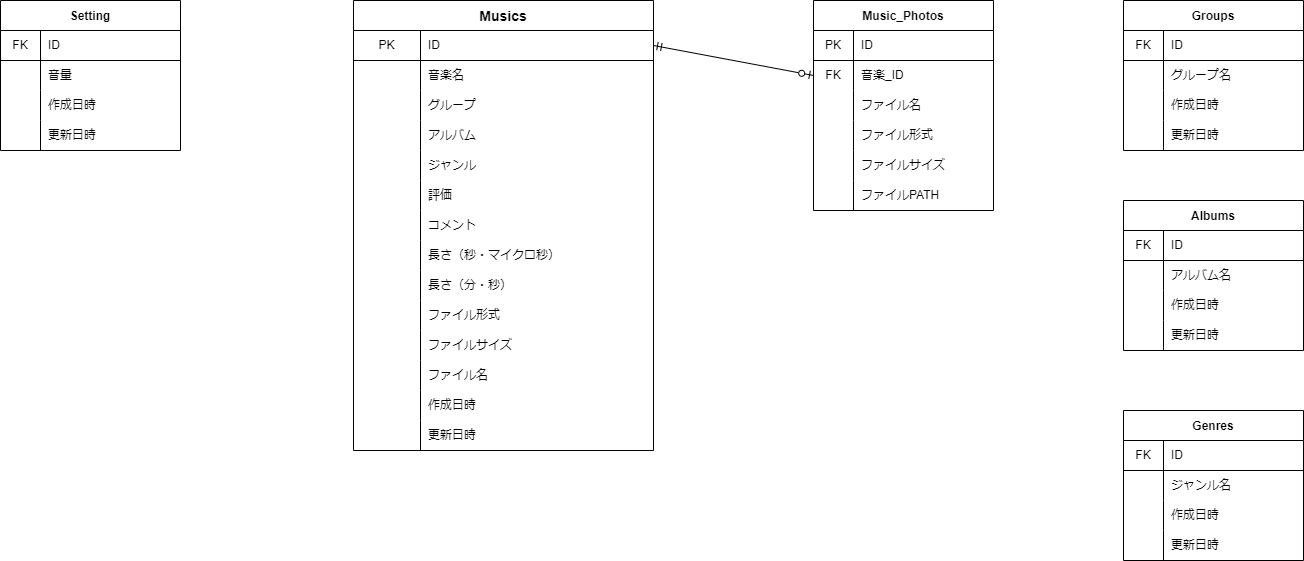
The draw.io diagram er.drawio.png in monomonosu/SoundHornet-React, before a commit. Source tidied: cells renumbered, new cells last; positions are measured from the earlier drawing's top-left corner, leaving out a move shared by most shapes.
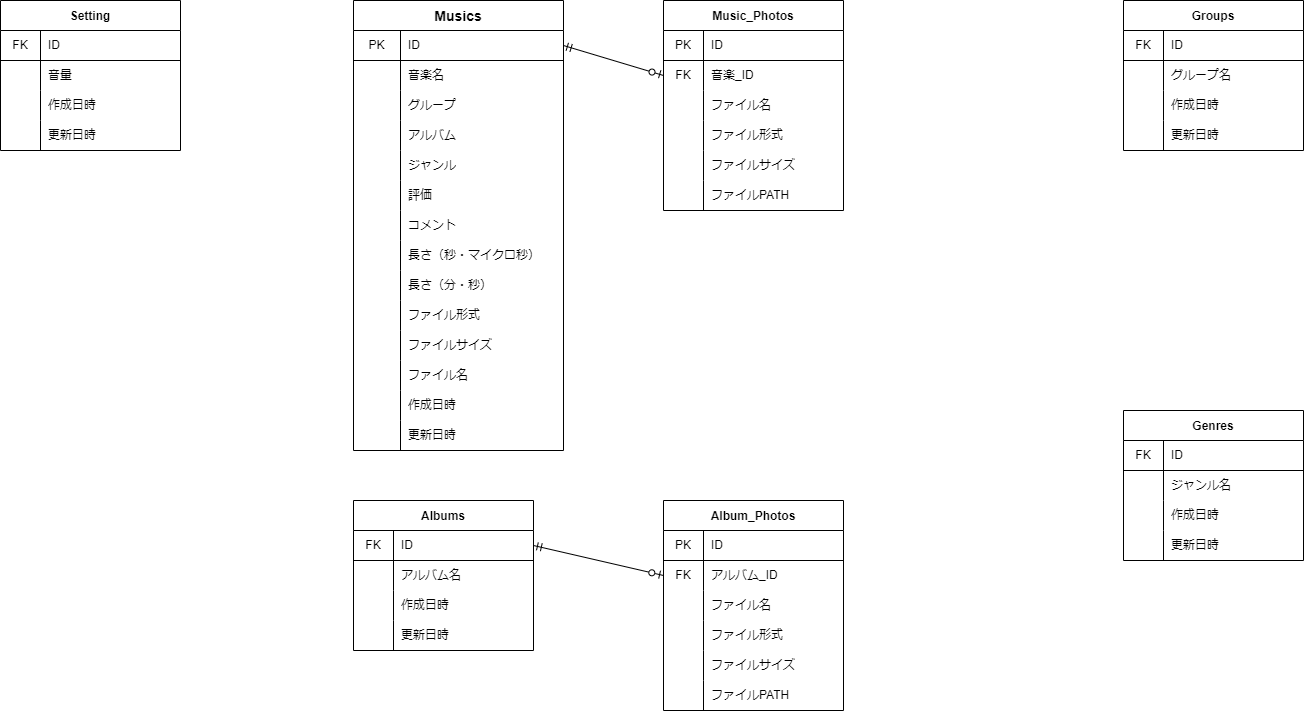
After the commit.

Commit message:
Album_Photosテーブル作成。seeder,API作成。

What changed in the source:
```diff
@@ -3,133 +3,133 @@
     <mxCell id="0" />
     <mxCell id="1" parent="0" />
     <mxCell id="2" value="Musics" style="shape=table;startSize=30;rowLines=0;fontStyle=1;align=center;fontSize=14;" parent="1" vertex="1">
-      <mxGeometry x="353" width="300" height="450" as="geometry" />
+      <mxGeometry x="353" width="210" height="450" as="geometry" />
     </mxCell>
     <mxCell id="3" style="shape=partialRectangle;html=1;whiteSpace=wrap;fillColor=none;top=0;left=0;bottom=1;right=0;points=[[0,0.5],[1,0.5]];portConstraint=eastwest;" parent="2" vertex="1">
-      <mxGeometry y="30" width="300" height="30" as="geometry" />
+      <mxGeometry y="30" width="210" height="30" as="geometry" />
     </mxCell>
     <mxCell id="4" value="PK" style="shape=partialRectangle;html=1;whiteSpace=wrap;fillColor=none;top=0;left=0;bottom=0;right=0;overflow=hidden;" parent="3" vertex="1">
-      <mxGeometry width="67" height="30" as="geometry" />
+      <mxGeometry width="47" height="30" as="geometry" />
     </mxCell>
     <mxCell id="5" value="ID" style="shape=partialRectangle;html=1;whiteSpace=wrap;fillColor=none;top=0;left=0;bottom=0;right=0;align=left;spacingLeft=6;overflow=hidden;" parent="3" vertex="1">
-      <mxGeometry x="67" width="233" height="30" as="geometry" />
+      <mxGeometry x="47" width="163" height="30" as="geometry" />
     </mxCell>
     <mxCell id="6" style="shape=partialRectangle;html=1;whiteSpace=wrap;fillColor=none;top=0;left=0;bottom=0;right=0;" parent="2" vertex="1">
-      <mxGeometry y="60" width="300" height="30" as="geometry" />
+      <mxGeometry y="60" width="210" height="30" as="geometry" />
     </mxCell>
     <mxCell id="7" style="shape=partialRectangle;html=1;whiteSpace=wrap;fillColor=none;top=0;left=0;bottom=0;right=0;overflow=hidden;" parent="6" vertex="1">
-      <mxGeometry width="67" height="30" as="geometry" />
+      <mxGeometry width="47" height="30" as="geometry" />
     </mxCell>
     <mxCell id="8" value="&lt;font style=&quot;font-size: 12px&quot;&gt;音楽名&lt;/font&gt;" style="shape=partialRectangle;html=1;whiteSpace=wrap;fillColor=none;top=0;left=0;bottom=0;right=0;align=left;spacingLeft=6;overflow=hidden;" parent="6" vertex="1">
-      <mxGeometry x="67" width="233" height="30" as="geometry" />
+      <mxGeometry x="47" width="163" height="30" as="geometry" />
     </mxCell>
     <mxCell id="9" style="shape=partialRectangle;html=1;whiteSpace=wrap;fillColor=none;top=0;left=0;bottom=0;right=0;" parent="2" vertex="1">
-      <mxGeometry y="90" width="300" height="30" as="geometry" />
+      <mxGeometry y="90" width="210" height="30" as="geometry" />
     </mxCell>
     <mxCell id="10" style="shape=partialRectangle;html=1;whiteSpace=wrap;fillColor=none;top=0;left=0;bottom=0;right=0;overflow=hidden;" parent="9" vertex="1">
-      <mxGeometry width="67" height="30" as="geometry" />
+      <mxGeometry width="47" height="30" as="geometry" />
     </mxCell>
     <mxCell id="11" value="グループ" style="shape=partialRectangle;html=1;whiteSpace=wrap;fillColor=none;top=0;left=0;bottom=0;right=0;align=left;spacingLeft=6;overflow=hidden;" parent="9" vertex="1">
-      <mxGeometry x="67" width="233" height="30" as="geometry" />
+      <mxGeometry x="47" width="163" height="30" as="geometry" />
     </mxCell>
     <mxCell id="12" style="shape=partialRectangle;html=1;whiteSpace=wrap;fillColor=none;top=0;left=0;bottom=0;right=0;" parent="2" vertex="1">
-      <mxGeometry y="120" width="300" height="30" as="geometry" />
+      <mxGeometry y="120" width="210" height="30" as="geometry" />
     </mxCell>
     <mxCell id="13" style="shape=partialRectangle;html=1;whiteSpace=wrap;fillColor=none;top=0;left=0;bottom=0;right=0;overflow=hidden;" parent="12" vertex="1">
-      <mxGeometry width="67" height="30" as="geometry" />
+      <mxGeometry width="47" height="30" as="geometry" />
     </mxCell>
     <mxCell id="14" value="アルバム" style="shape=partialRectangle;html=1;whiteSpace=wrap;fillColor=none;top=0;left=0;bottom=0;right=0;align=left;spacingLeft=6;overflow=hidden;" parent="12" vertex="1">
-      <mxGeometry x="67" width="233" height="30" as="geometry" />
+      <mxGeometry x="47" width="163" height="30" as="geometry" />
     </mxCell>
     <mxCell id="15" style="shape=partialRectangle;html=1;whiteSpace=wrap;fillColor=none;top=0;left=0;bottom=0;right=0;" parent="2" vertex="1">
-      <mxGeometry y="150" width="300" height="30" as="geometry" />
+      <mxGeometry y="150" width="210" height="30" as="geometry" />
     </mxCell>
     <mxCell id="16" style="shape=partialRectangle;html=1;whiteSpace=wrap;fillColor=none;top=0;left=0;bottom=0;right=0;overflow=hidden;" parent="15" vertex="1">
-      <mxGeometry width="67" height="30" as="geometry" />
+      <mxGeometry width="47" height="30" as="geometry" />
     </mxCell>
     <mxCell id="17" value="ジャンル" style="shape=partialRectangle;html=1;whiteSpace=wrap;fillColor=none;top=0;left=0;bottom=0;right=0;align=left;spacingLeft=6;overflow=hidden;" parent="15" vertex="1">
-      <mxGeometry x="67" width="233" height="30" as="geometry" />
+      <mxGeometry x="47" width="163" height="30" as="geometry" />
     </mxCell>
     <mxCell id="18" style="shape=partialRectangle;html=1;whiteSpace=wrap;fillColor=none;top=0;left=0;bottom=0;right=0;" parent="2" vertex="1">
-      <mxGeometry y="180" width="300" height="30" as="geometry" />
+      <mxGeometry y="180" width="210" height="30" as="geometry" />
     </mxCell>
     <mxCell id="19" style="shape=partialRectangle;html=1;whiteSpace=wrap;fillColor=none;top=0;left=0;bottom=0;right=0;overflow=hidden;" parent="18" vertex="1">
-      <mxGeometry width="67" height="30" as="geometry" />
+      <mxGeometry width="47" height="30" as="geometry" />
     </mxCell>
     <mxCell id="20" value="評価" style="shape=partialRectangle;html=1;whiteSpace=wrap;fillColor=none;top=0;left=0;bottom=0;right=0;align=left;spacingLeft=6;overflow=hidden;" parent="18" vertex="1">
-      <mxGeometry x="67" width="233" height="30" as="geometry" />
+      <mxGeometry x="47" width="163" height="30" as="geometry" />
     </mxCell>
     <mxCell id="21" style="shape=partialRectangle;html=1;whiteSpace=wrap;fillColor=none;top=0;left=0;bottom=0;right=0;" parent="2" vertex="1">
-      <mxGeometry y="210" width="300" height="30" as="geometry" />
+      <mxGeometry y="210" width="210" height="30" as="geometry" />
     </mxCell>
     <mxCell id="22" style="shape=partialRectangle;html=1;whiteSpace=wrap;fillColor=none;top=0;left=0;bottom=0;right=0;overflow=hidden;" parent="21" vertex="1">
-      <mxGeometry width="67" height="30" as="geometry" />
+      <mxGeometry width="47" height="30" as="geometry" />
     </mxCell>
     <mxCell id="23" value="コメント" style="shape=partialRectangle;html=1;whiteSpace=wrap;fillColor=none;top=0;left=0;bottom=0;right=0;align=left;spacingLeft=6;overflow=hidden;" parent="21" vertex="1">
-      <mxGeometry x="67" width="233" height="30" as="geometry" />
+      <mxGeometry x="47" width="163" height="30" as="geometry" />
     </mxCell>
     <mxCell id="24" style="shape=partialRectangle;html=1;whiteSpace=wrap;fillColor=none;top=0;left=0;bottom=0;right=0;" parent="2" vertex="1">
-      <mxGeometry y="240" width="300" height="30" as="geometry" />
+      <mxGeometry y="240" width="210" height="30" as="geometry" />
     </mxCell>
     <mxCell id="25" style="shape=partialRectangle;html=1;whiteSpace=wrap;fillColor=none;top=0;left=0;bottom=0;right=0;overflow=hidden;" parent="24" vertex="1">
-      <mxGeometry width="67" height="30" as="geometry" />
+      <mxGeometry width="47" height="30" as="geometry" />
     </mxCell>
     <mxCell id="26" value="長さ（秒・マイクロ秒）" style="shape=partialRectangle;html=1;whiteSpace=wrap;fillColor=none;top=0;left=0;bottom=0;right=0;align=left;spacingLeft=6;overflow=hidden;" parent="24" vertex="1">
-      <mxGeometry x="67" width="233" height="30" as="geometry" />
+      <mxGeometry x="47" width="163" height="30" as="geometry" />
     </mxCell>
     <mxCell id="27" style="shape=partialRectangle;html=1;whiteSpace=wrap;fillColor=none;top=0;left=0;bottom=0;right=0;" parent="2" vertex="1">
-      <mxGeometry y="270" width="300" height="30" as="geometry" />
+      <mxGeometry y="270" width="210" height="30" as="geometry" />
     </mxCell>
     <mxCell id="28" style="shape=partialRectangle;html=1;whiteSpace=wrap;fillColor=none;top=0;left=0;bottom=0;right=0;overflow=hidden;" parent="27" vertex="1">
-      <mxGeometry width="67" height="30" as="geometry" />
+      <mxGeometry width="47" height="30" as="geometry" />
     </mxCell>
     <mxCell id="29" value="長さ（分・秒）" style="shape=partialRectangle;html=1;whiteSpace=wrap;fillColor=none;top=0;left=0;bottom=0;right=0;align=left;spacingLeft=6;overflow=hidden;" parent="27" vertex="1">
-      <mxGeometry x="67" width="233" height="30" as="geometry" />
+      <mxGeometry x="47" width="163" height="30" as="geometry" />
     </mxCell>
     <mxCell id="30" style="shape=partialRectangle;html=1;whiteSpace=wrap;fillColor=none;top=0;left=0;bottom=0;right=0;" parent="2" vertex="1">
-      <mxGeometry y="300" width="300" height="30" as="geometry" />
+      <mxGeometry y="300" width="210" height="30" as="geometry" />
     </mxCell>
     <mxCell id="31" style="shape=partialRectangle;html=1;whiteSpace=wrap;fillColor=none;top=0;left=0;bottom=0;right=0;overflow=hidden;" parent="30" vertex="1">
-      <mxGeometry width="67" height="30" as="geometry" />
+      <mxGeometry width="47" height="30" as="geometry" />
     </mxCell>
     <mxCell id="32" value="ファイル形式" style="shape=partialRectangle;html=1;whiteSpace=wrap;fillColor=none;top=0;left=0;bottom=0;right=0;align=left;spacingLeft=6;overflow=hidden;" parent="30" vertex="1">
-      <mxGeometry x="67" width="233" height="30" as="geometry" />
+      <mxGeometry x="47" width="163" height="30" as="geometry" />
     </mxCell>
     <mxCell id="33" style="shape=partialRectangle;html=1;whiteSpace=wrap;fillColor=none;top=0;left=0;bottom=0;right=0;" parent="2" vertex="1">
-      <mxGeometry y="330" width="300" height="30" as="geometry" />
+      <mxGeometry y="330" width="210" height="30" as="geometry" />
     </mxCell>
     <mxCell id="34" style="shape=partialRectangle;html=1;whiteSpace=wrap;fillColor=none;top=0;left=0;bottom=0;right=0;overflow=hidden;" parent="33" vertex="1">
-      <mxGeometry width="67" height="30" as="geometry" />
+      <mxGeometry width="47" height="30" as="geometry" />
     </mxCell>
     <mxCell id="35" value="ファイルサイズ" style="shape=partialRectangle;html=1;whiteSpace=wrap;fillColor=none;top=0;left=0;bottom=0;right=0;align=left;spacingLeft=6;overflow=hidden;" parent="33" vertex="1">
-      <mxGeometry x="67" width="233" height="30" as="geometry" />
+      <mxGeometry x="47" width="163" height="30" as="geometry" />
     </mxCell>
     <mxCell id="36" style="shape=partialRectangle;html=1;whiteSpace=wrap;fillColor=none;top=0;left=0;bottom=0;right=0;" parent="2" vertex="1">
-      <mxGeometry y="360" width="300" height="30" as="geometry" />
+      <mxGeometry y="360" width="210" height="30" as="geometry" />
     </mxCell>
     <mxCell id="37" style="shape=partialRectangle;html=1;whiteSpace=wrap;fillColor=none;top=0;left=0;bottom=0;right=0;overflow=hidden;" parent="36" vertex="1">
-      <mxGeometry width="67" height="30" as="geometry" />
+      <mxGeometry width="47" height="30" as="geometry" />
     </mxCell>
     <mxCell id="38" value="ファイル名" style="shape=partialRectangle;html=1;whiteSpace=wrap;fillColor=none;top=0;left=0;bottom=0;right=0;align=left;spacingLeft=6;overflow=hidden;" parent="36" vertex="1">
-      <mxGeometry x="67" width="233" height="30" as="geometry" />
+      <mxGeometry x="47" width="163" height="30" as="geometry" />
     </mxCell>
     <mxCell id="39" style="shape=partialRectangle;html=1;whiteSpace=wrap;fillColor=none;top=0;left=0;bottom=0;right=0;" parent="2" vertex="1">
-      <mxGeometry y="390" width="300" height="30" as="geometry" />
+      <mxGeometry y="390" width="210" height="30" as="geometry" />
     </mxCell>
     <mxCell id="40" style="shape=partialRectangle;html=1;whiteSpace=wrap;fillColor=none;top=0;left=0;bottom=0;right=0;overflow=hidden;" parent="39" vertex="1">
-      <mxGeometry width="67" height="30" as="geometry" />
+      <mxGeometry width="47" height="30" as="geometry" />
     </mxCell>
     <mxCell id="41" value="作成日時" style="shape=partialRectangle;html=1;whiteSpace=wrap;fillColor=none;top=0;left=0;bottom=0;right=0;align=left;spacingLeft=6;overflow=hidden;" parent="39" vertex="1">
-      <mxGeometry x="67" width="233" height="30" as="geometry" />
+      <mxGeometry x="47" width="163" height="30" as="geometry" />
     </mxCell>
     <mxCell id="42" style="shape=partialRectangle;html=1;whiteSpace=wrap;fillColor=none;top=0;left=0;bottom=0;right=0;" parent="2" vertex="1">
-      <mxGeometry y="420" width="300" height="30" as="geometry" />
+      <mxGeometry y="420" width="210" height="30" as="geometry" />
     </mxCell>
     <mxCell id="43" style="shape=partialRectangle;html=1;whiteSpace=wrap;fillColor=none;top=0;left=0;bottom=0;right=0;overflow=hidden;" parent="42" vertex="1">
-      <mxGeometry width="67" height="30" as="geometry" />
+      <mxGeometry width="47" height="30" as="geometry" />
     </mxCell>
     <mxCell id="44" value="更新日時" style="shape=partialRectangle;html=1;whiteSpace=wrap;fillColor=none;top=0;left=0;bottom=0;right=0;align=left;spacingLeft=6;overflow=hidden;" parent="42" vertex="1">
-      <mxGeometry x="67" width="233" height="30" as="geometry" />
+      <mxGeometry x="47" width="163" height="30" as="geometry" />
     </mxCell>
     <mxCell id="45" value="Groups" style="shape=table;startSize=30;rowLines=0;fontStyle=1;align=center;" parent="1" vertex="1">
       <mxGeometry x="1123" width="180" height="150" as="geometry" />
@@ -210,7 +210,7 @@
       <mxGeometry x="40" width="140" height="30" as="geometry" />
     </mxCell>
     <mxCell id="71" value="Music_Photos" style="shape=table;startSize=30;rowLines=0;fontStyle=1;align=center;" parent="1" vertex="1">
-      <mxGeometry x="813" width="180" height="210" as="geometry" />
+      <mxGeometry x="663" width="180" height="210" as="geometry" />
     </mxCell>
     <mxCell id="72" style="shape=partialRectangle;html=1;whiteSpace=wrap;fillColor=none;top=0;left=0;bottom=1;right=0;" parent="71" vertex="1">
       <mxGeometry y="30" width="180" height="30" as="geometry" />
@@ -309,7 +309,7 @@
       <mxGeometry x="40" width="140" height="30" as="geometry" />
     </mxCell>
     <mxCell id="104" value="Albums" style="shape=table;startSize=30;rowLines=0;fontStyle=1;align=center;" parent="1" vertex="1">
-      <mxGeometry x="1123" y="200" width="180" height="150" as="geometry" />
+      <mxGeometry x="353" y="500" width="180" height="150" as="geometry" />
     </mxCell>
     <mxCell id="105" style="shape=partialRectangle;html=1;whiteSpace=wrap;fillColor=none;top=0;left=0;bottom=1;right=0;points=[[0,0.5],[1,0.5]];portConstraint=eastwest;" parent="104" vertex="1">
       <mxGeometry y="30" width="180" height="30" as="geometry" />
@@ -347,5 +347,65 @@
     <mxCell id="116" value="更新日時" style="shape=partialRectangle;html=1;whiteSpace=wrap;fillColor=none;top=0;left=0;bottom=0;right=0;align=left;spacingLeft=6;overflow=hidden;" parent="114" vertex="1">
       <mxGeometry x="40" width="140" height="30" as="geometry" />
     </mxCell>
+    <mxCell id="117" value="Album_Photos" style="shape=table;startSize=30;rowLines=0;fontStyle=1;align=center;" parent="1" vertex="1">
+      <mxGeometry x="663" y="500" width="180" height="210" as="geometry" />
+    </mxCell>
+    <mxCell id="118" style="shape=partialRectangle;html=1;whiteSpace=wrap;fillColor=none;top=0;left=0;bottom=1;right=0;" parent="117" vertex="1">
+      <mxGeometry y="30" width="180" height="30" as="geometry" />
+    </mxCell>
+    <mxCell id="119" value="PK" style="shape=partialRectangle;html=1;whiteSpace=wrap;fillColor=none;top=0;left=0;bottom=0;right=0;overflow=hidden;" parent="118" vertex="1">
+      <mxGeometry width="40" height="30" as="geometry" />
+    </mxCell>
+    <mxCell id="120" value="ID" style="shape=partialRectangle;html=1;whiteSpace=wrap;fillColor=none;top=0;left=0;bottom=0;right=0;align=left;spacingLeft=6;overflow=hidden;" parent="118" vertex="1">
+      <mxGeometry x="40" width="140" height="30" as="geometry" />
+    </mxCell>
+    <mxCell id="121" style="shape=partialRectangle;html=1;whiteSpace=wrap;fillColor=none;top=0;left=0;bottom=0;right=0;points=[[0,0.5],[1,0.5]];portConstraint=eastwest;" parent="117" vertex="1">
+      <mxGeometry y="60" width="180" height="30" as="geometry" />
+    </mxCell>
+    <mxCell id="122" value="FK" style="shape=partialRectangle;html=1;whiteSpace=wrap;fillColor=none;top=0;left=0;bottom=0;right=0;overflow=hidden;" parent="121" vertex="1">
+      <mxGeometry width="40" height="30" as="geometry" />
+    </mxCell>
+    <mxCell id="123" value="アルバム_ID" style="shape=partialRectangle;html=1;whiteSpace=wrap;fillColor=none;top=0;left=0;bottom=0;right=0;align=left;spacingLeft=6;overflow=hidden;" parent="121" vertex="1">
+      <mxGeometry x="40" width="140" height="30" as="geometry" />
+    </mxCell>
+    <mxCell id="124" style="shape=partialRectangle;html=1;whiteSpace=wrap;fillColor=none;top=0;left=0;bottom=0;right=0;" parent="117" vertex="1">
+      <mxGeometry y="90" width="180" height="30" as="geometry" />
+    </mxCell>
+    <mxCell id="125" style="shape=partialRectangle;html=1;whiteSpace=wrap;fillColor=none;top=0;left=0;bottom=0;right=0;overflow=hidden;" parent="124" vertex="1">
+      <mxGeometry width="40" height="30" as="geometry" />
+    </mxCell>
+    <mxCell id="126" value="ファイル名" style="shape=partialRectangle;html=1;whiteSpace=wrap;fillColor=none;top=0;left=0;bottom=0;right=0;align=left;spacingLeft=6;overflow=hidden;" parent="124" vertex="1">
+      <mxGeometry x="40" width="140" height="30" as="geometry" />
+    </mxCell>
+    <mxCell id="127" style="shape=partialRectangle;html=1;whiteSpace=wrap;fillColor=none;top=0;left=0;bottom=0;right=0;" parent="117" vertex="1">
+      <mxGeometry y="120" width="180" height="30" as="geometry" />
+    </mxCell>
+    <mxCell id="128" style="shape=partialRectangle;html=1;whiteSpace=wrap;fillColor=none;top=0;left=0;bottom=0;right=0;overflow=hidden;" parent="127" vertex="1">
+      <mxGeometry width="40" height="30" as="geometry" />
+    </mxCell>
+    <mxCell id="129" value="ファイル形式" style="shape=partialRectangle;html=1;whiteSpace=wrap;fillColor=none;top=0;left=0;bottom=0;right=0;align=left;spacingLeft=6;overflow=hidden;" parent="127" vertex="1">
+      <mxGeometry x="40" width="140" height="30" as="geometry" />
+    </mxCell>
+    <mxCell id="130" style="shape=partialRectangle;html=1;whiteSpace=wrap;fillColor=none;top=0;left=0;bottom=0;right=0;" parent="117" vertex="1">
+      <mxGeometry y="150" width="180" height="30" as="geometry" />
+    </mxCell>
+    <mxCell id="131" style="shape=partialRectangle;html=1;whiteSpace=wrap;fillColor=none;top=0;left=0;bottom=0;right=0;overflow=hidden;" parent="130" vertex="1">
+      <mxGeometry width="40" height="30" as="geometry" />
+    </mxCell>
+    <mxCell id="132" value="ファイルサイズ" style="shape=partialRectangle;html=1;whiteSpace=wrap;fillColor=none;top=0;left=0;bottom=0;right=0;align=left;spacingLeft=6;overflow=hidden;" parent="130" vertex="1">
+      <mxGeometry x="40" width="140" height="30" as="geometry" />
+    </mxCell>
+    <mxCell id="133" style="shape=partialRectangle;html=1;whiteSpace=wrap;fillColor=none;top=0;left=0;bottom=0;right=0;" parent="117" vertex="1">
+      <mxGeometry y="180" width="180" height="30" as="geometry" />
+    </mxCell>
+    <mxCell id="134" style="shape=partialRectangle;html=1;whiteSpace=wrap;fillColor=none;top=0;left=0;bottom=0;right=0;overflow=hidden;" parent="133" vertex="1">
+      <mxGeometry width="40" height="30" as="geometry" />
+    </mxCell>
+    <mxCell id="135" value="ファイルPATH" style="shape=partialRectangle;html=1;whiteSpace=wrap;fillColor=none;top=0;left=0;bottom=0;right=0;align=left;spacingLeft=6;overflow=hidden;" parent="133" vertex="1">
+      <mxGeometry x="40" width="140" height="30" as="geometry" />
+    </mxCell>
+    <mxCell id="136" style="edgeStyle=none;html=1;entryX=0;entryY=0.5;entryDx=0;entryDy=0;exitX=1;exitY=0.5;exitDx=0;exitDy=0;endArrow=ERzeroToOne;endFill=0;startArrow=ERmandOne;startFill=0;" parent="1" edge="1" source="105" target="121">
+      <mxGeometry relative="1" as="geometry" />
+    </mxCell>
   </root>
 </mxGraphModel>
```
